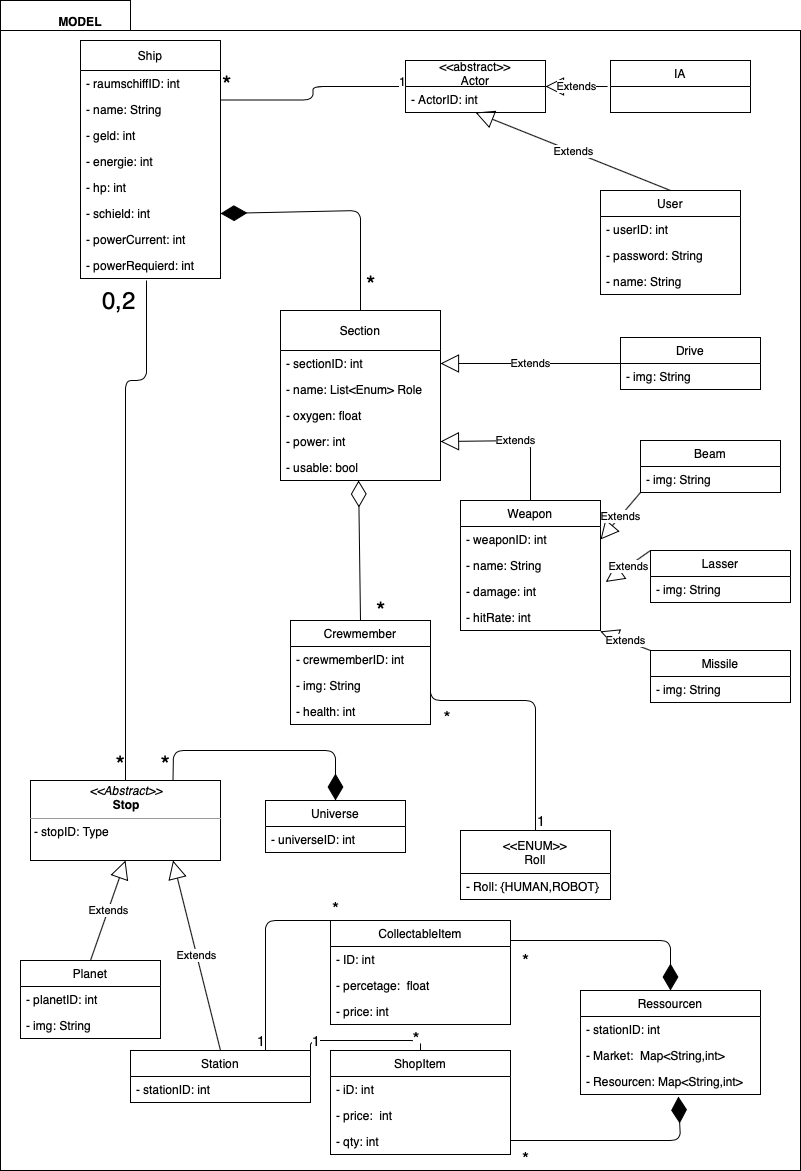
ksreyr/SpaceStudio keeps this draw.io diagram as docs/Architekturbeschreibung/pics/Model.png. Above is the earlier version. Source tidied: cells renumbered, new cells last; positions are measured from the earlier drawing's top-left corner, leaving out a move shared by most shapes.
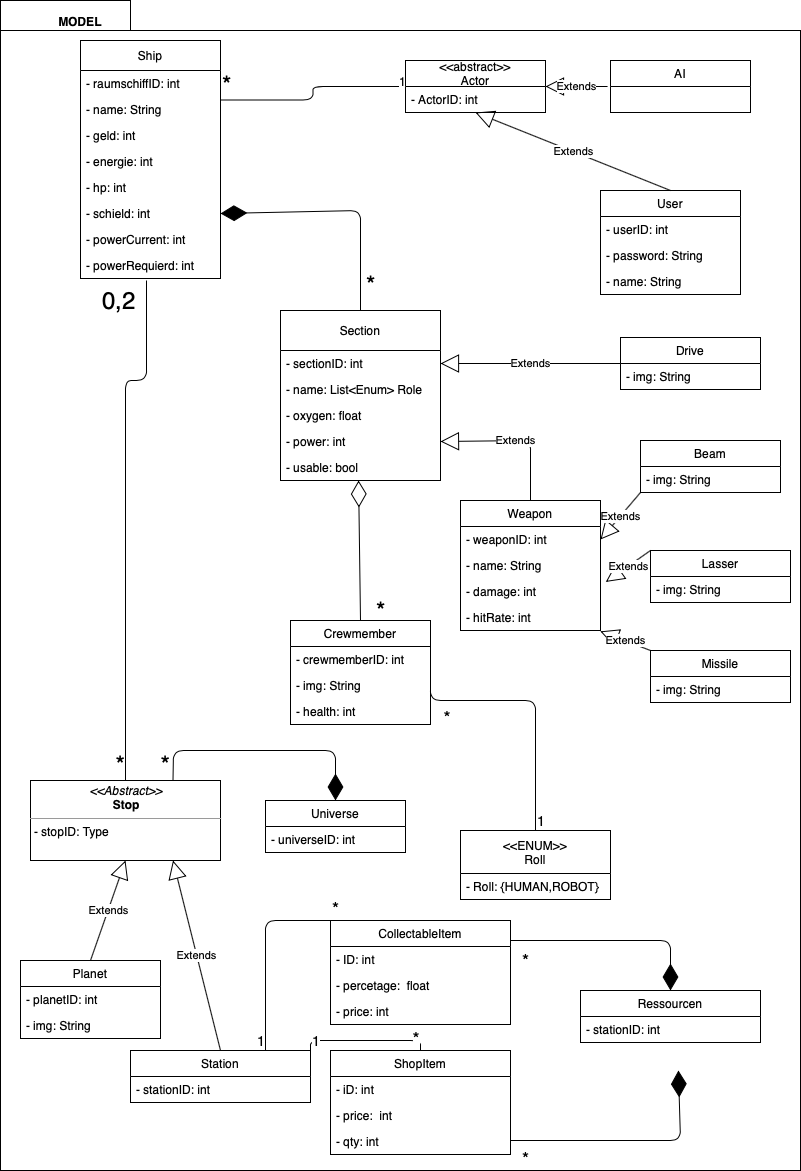
Later version of the same file.

Change to the diagram source:
```diff
@@ -57,7 +57,7 @@
     <mxCell id="18" value="- ActorID: int" style="text;strokeColor=none;fillColor=none;align=left;verticalAlign=top;spacingLeft=4;spacingRight=4;overflow=hidden;" parent="17" vertex="1">
       <mxGeometry y="26" width="140" height="26" as="geometry" />
     </mxCell>
-    <mxCell id="19" value="IA" style="swimlane;fontStyle=0;horizontal=1;startSize=26;fillColor=none;" parent="1" vertex="1">
+    <mxCell id="19" value="AI" style="swimlane;fontStyle=0;horizontal=1;startSize=26;fillColor=none;" parent="1" vertex="1">
       <mxGeometry x="610" y="60" width="140" height="52" as="geometry" />
     </mxCell>
     <mxCell id="20" value="User" style="swimlane;fontStyle=0;horizontal=1;startSize=26;fillColor=none;" parent="1" vertex="1">
@@ -282,17 +282,11 @@
       <mxGeometry y="78" width="180" height="26" as="geometry" />
     </mxCell>
     <mxCell id="84" value="Ressourcen" style="swimlane;fontStyle=0;horizontal=1;startSize=26;fillColor=none;" parent="1" vertex="1">
-      <mxGeometry x="580" y="990" width="180" height="104" as="geometry" />
+      <mxGeometry x="580" y="990" width="180" height="52" as="geometry" />
     </mxCell>
     <mxCell id="85" value="- stationID: int" style="text;strokeColor=none;fillColor=none;align=left;verticalAlign=top;spacingLeft=4;spacingRight=4;overflow=hidden;" parent="84" vertex="1">
       <mxGeometry y="26" width="180" height="26" as="geometry" />
     </mxCell>
-    <mxCell id="86" value="- Market:  Map&lt;String,int&gt;" style="text;strokeColor=none;fillColor=none;align=left;verticalAlign=top;spacingLeft=4;spacingRight=4;overflow=hidden;" parent="84" vertex="1">
-      <mxGeometry y="52" width="180" height="26" as="geometry" />
-    </mxCell>
-    <mxCell id="87" value="- Resourcen: Map&lt;String,int&gt; " style="text;strokeColor=none;fillColor=none;align=left;verticalAlign=top;spacingLeft=4;spacingRight=4;overflow=hidden;points=[[0,0.5],[1,0.5]];portConstraint=eastwest;" parent="84" vertex="1">
-      <mxGeometry y="78" width="180" height="26" as="geometry" />
-    </mxCell>
     <mxCell id="88" style="endArrow=none;html=1;edgeStyle=orthogonalEdgeStyle;entryX=0.75;entryY=0;entryDx=0;entryDy=0;" parent="1" edge="1" target="74">
       <mxGeometry relative="1" as="geometry">
         <mxPoint x="330" y="920" as="sourcePoint" />
@@ -321,9 +315,10 @@
         </Array>
       </mxGeometry>
     </mxCell>
-    <mxCell id="95" style="endArrow=diamondThin;endFill=1;endSize=24;html=1;entryX=0.544;entryY=1.077;entryDx=0;entryDy=0;entryPerimeter=0;" parent="1" edge="1" target="87">
+    <mxCell id="95" style="endArrow=diamondThin;endFill=1;endSize=24;html=1;entryX=0.544;entryY=1.077;entryDx=0;entryDy=0;entryPerimeter=0;" parent="1" edge="1">
       <mxGeometry relative="1" as="geometry">
         <mxPoint x="510" y="1140" as="sourcePoint" />
+        <mxPoint x="677.9" y="1070" as="targetPoint" />
         <Array as="points">
           <mxPoint x="680" y="1140" />
         </Array>
```
